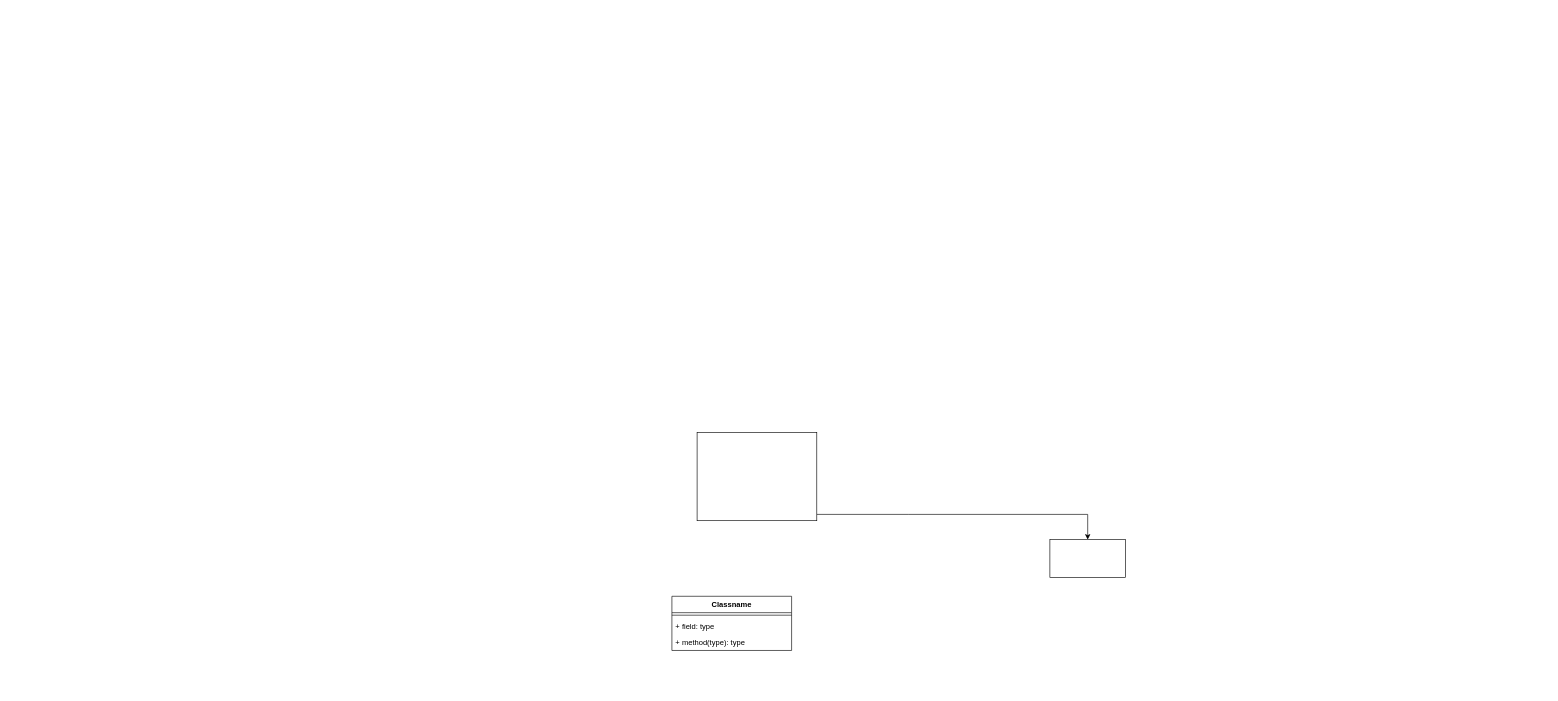
This is Diagramme_UML_principal.drawio from ArnaudSaison/Projet-INFOH2001-19_20-Tower-Defense, a draw.io file, before an edit. Source tidied: cells renumbered, new cells numbered last; positions are measured from the earlier drawing's top-left corner, leaving out a move shared by most shapes. Both pictures are drawn from the tidied source at 63%, with x=0, y=0 at pixel (672, 432).
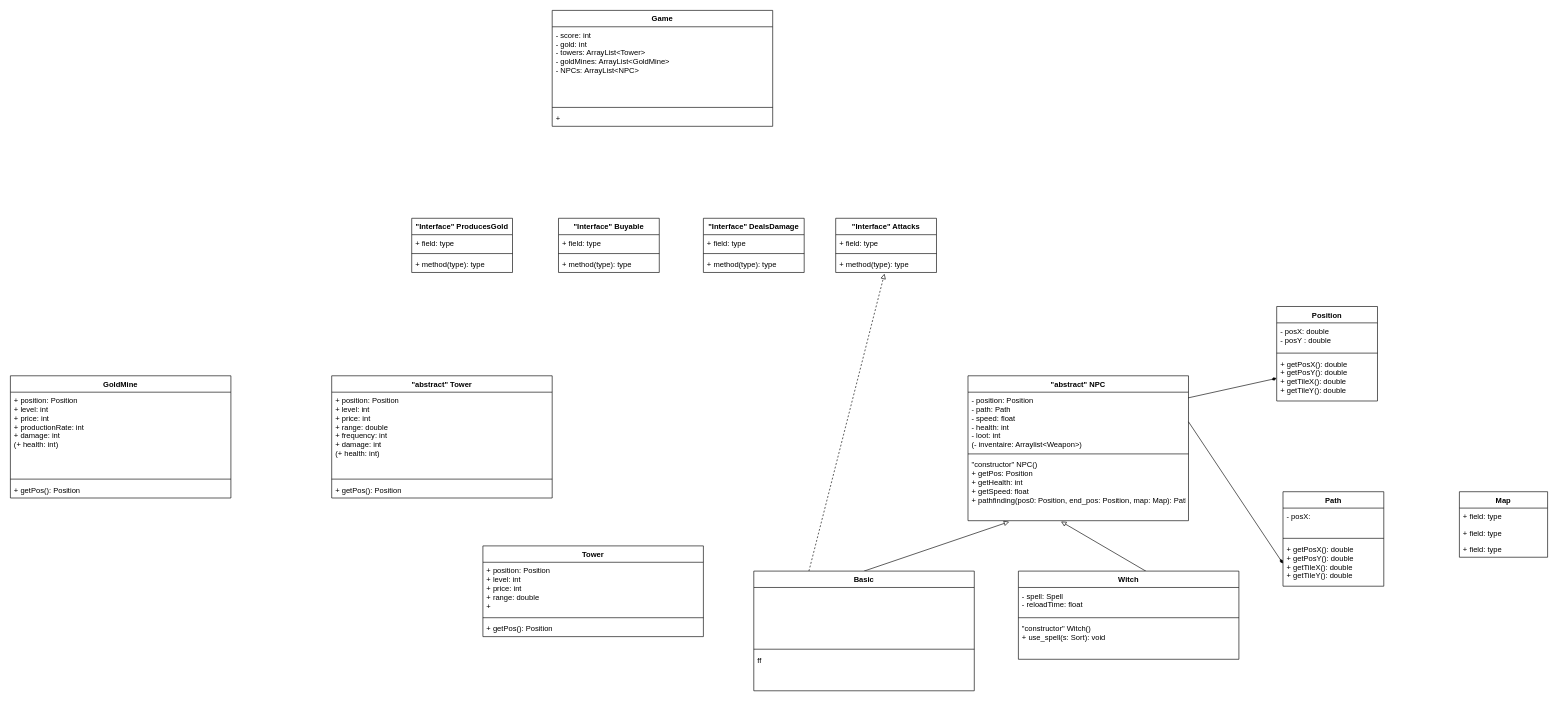
The same diagram, later.

What changed in the source:
```diff
@@
-    <mxCell id="2" style="edgeStyle=orthogonalEdgeStyle;rounded=0;jettySize=auto;html=1;" parent="1" edge="1" source="3" target="4">
-      <mxGeometry relative="1" as="geometry">
-        <Array as="points">
-          <mxPoint x="375" y="130" />
-          <mxPoint x="660" y="130" />
-        </Array>
-      </mxGeometry>
-    </mxCell>
-    <mxCell id="3" style="rounded=0;whiteSpace=wrap;html=1;" parent="1" vertex="1">
-      <mxGeometry x="40" width="190" height="140" as="geometry" />
-    </mxCell>
-    <mxCell id="4" style="rounded=0;whiteSpace=wrap;html=1;" parent="1" vertex="1">
-      <mxGeometry x="600" y="170" width="120" height="60" as="geometry" />
-    </mxCell>
-    <mxCell id="5" value="Classname" style="swimlane;fontStyle=1;align=center;verticalAlign=top;horizontal=1;startSize=26;" parent="1" vertex="1">
-      <mxGeometry y="260" width="190" height="86" as="geometry" />
-    </mxCell>
-    <mxCell id="6" style="line;strokeWidth=1;fillColor=none;align=left;verticalAlign=middle;spacingTop=-1;spacingLeft=3;spacingRight=3;labelPosition=right;" parent="5" vertex="1">
-      <mxGeometry y="26" width="190" height="8" as="geometry" />
-    </mxCell>
-    <mxCell id="7" value="+ field: type" style="text;strokeColor=none;fillColor=none;align=left;verticalAlign=top;spacingLeft=4;spacingRight=4;overflow=hidden;" parent="5" vertex="1">
-      <mxGeometry y="34" width="190" height="26" as="geometry" />
-    </mxCell>
-    <mxCell id="8" value="+ method(type): type" style="text;strokeColor=none;fillColor=none;align=left;verticalAlign=top;spacingLeft=4;spacingRight=4;overflow=hidden;" parent="5" vertex="1">
-      <mxGeometry y="60" width="190" height="26" as="geometry" />
-    </mxCell>
+    <mxCell id="9" style="endArrow=diamondThin;html=1;entryX=0;entryY=0.5;entryDx=0;entryDy=0;exitX=0.999;exitY=0.096;exitDx=0;exitDy=0;exitPerimeter=0;endFill=1;" parent="1" edge="1" source="16" target="28">
+      <mxGeometry relative="1" as="geometry" />
+    </mxCell>
+    <mxCell id="10" value="Path" style="swimlane;fontStyle=1;align=center;verticalAlign=top;horizontal=1;startSize=26;" parent="1" vertex="1">
+      <mxGeometry x="970" y="94" width="160" height="150" as="geometry" />
+    </mxCell>
+    <mxCell id="11" value="- posX: " style="text;strokeColor=none;fillColor=none;align=left;verticalAlign=top;spacingLeft=4;spacingRight=4;overflow=hidden;" parent="10" vertex="1">
+      <mxGeometry y="26" width="160" height="44" as="geometry" />
+    </mxCell>
+    <mxCell id="12" style="line;strokeWidth=1;fillColor=none;align=left;verticalAlign=middle;spacingTop=-1;spacingLeft=3;spacingRight=3;labelPosition=right;" parent="10" vertex="1">
+      <mxGeometry y="70" width="160" height="8" as="geometry" />
+    </mxCell>
+    <mxCell id="13" value="+ getPosX(): double&#10;+ getPosY(): double&#10;+ getTileX(): double&#10;+ getTileY(): double" style="text;strokeColor=none;fillColor=none;align=left;verticalAlign=top;spacingLeft=4;spacingRight=4;overflow=hidden;points=[[0,0.5],[1,0.5]];portConstraint=eastwest;" parent="10" vertex="1">
+      <mxGeometry y="78" width="160" height="72" as="geometry" />
+    </mxCell>
+    <mxCell id="14" style="edgeStyle=none;rounded=0;jettySize=auto;html=1;exitX=1;exitY=0.5;exitDx=0;exitDy=0;entryX=0;entryY=0.5;entryDx=0;entryDy=0;endArrow=diamondThin;endFill=1;" parent="1" edge="1" source="16" target="13">
+      <mxGeometry relative="1" as="geometry" />
+    </mxCell>
+    <mxCell id="15" value="&quot;abstract&quot; NPC" style="swimlane;fontStyle=1;align=center;verticalAlign=top;horizontal=1;startSize=26;" parent="1" vertex="1">
+      <mxGeometry x="470" y="-90" width="350" height="230" as="geometry" />
+    </mxCell>
+    <mxCell id="16" value="- position: Position&#10;- path: Path&#10;- speed: float&#10;- health: int&#10;- loot: int&#10;(- inventaire: Arraylist&lt;Weapon&gt;)&#10;" style="text;strokeColor=none;fillColor=none;align=left;verticalAlign=top;spacingLeft=4;spacingRight=4;overflow=hidden;points=[[0,0.5],[1,0.5]];portConstraint=eastwest;" parent="15" vertex="1">
+      <mxGeometry y="26" width="350" height="94" as="geometry" />
+    </mxCell>
+    <mxCell id="17" style="line;strokeWidth=1;fillColor=none;align=left;verticalAlign=middle;spacingTop=-1;spacingLeft=3;spacingRight=3;labelPosition=right;" parent="15" vertex="1">
+      <mxGeometry y="120" width="350" height="8" as="geometry" />
+    </mxCell>
+    <mxCell id="18" value="&quot;constructor&quot; NPC()&#10;+ getPos: Position&#10;+ getHealth: int&#10;+ getSpeed: float&#10;+ pathfinding(pos0: Position, end_pos: Position, map: Map): Path" style="text;strokeColor=none;fillColor=none;align=left;verticalAlign=top;spacingLeft=4;spacingRight=4;overflow=hidden;points=[[0,0.5],[1,0.5]];portConstraint=eastwest;" parent="15" vertex="1">
+      <mxGeometry y="128" width="350" height="102" as="geometry" />
+    </mxCell>
+    <mxCell id="19" style="endArrow=block;html=1;exitX=0.5;exitY=0;exitDx=0;exitDy=0;entryX=0.187;entryY=1.016;entryDx=0;entryDy=0;entryPerimeter=0;endFill=0;" parent="1" edge="1" source="46" target="18">
+      <mxGeometry relative="1" as="geometry" />
+    </mxCell>
+    <mxCell id="20" style="endArrow=block;html=1;exitX=0.579;exitY=0.002;exitDx=0;exitDy=0;entryX=0.422;entryY=1.013;entryDx=0;entryDy=0;entryPerimeter=0;exitPerimeter=0;endFill=0;" parent="1" edge="1" source="21" target="18">
+      <mxGeometry relative="1" as="geometry" />
+    </mxCell>
+    <mxCell id="21" value="Witch" style="swimlane;fontStyle=1;align=center;verticalAlign=top;horizontal=1;startSize=26;" parent="1" vertex="1">
+      <mxGeometry x="550" y="220" width="350" height="140" as="geometry" />
+    </mxCell>
+    <mxCell id="22" value="- spell: Spell&#10;- reloadTime: float" style="text;strokeColor=none;fillColor=none;align=left;verticalAlign=top;spacingLeft=4;spacingRight=4;overflow=hidden;" parent="21" vertex="1">
+      <mxGeometry y="26" width="350" height="44" as="geometry" />
+    </mxCell>
+    <mxCell id="23" style="line;strokeWidth=1;fillColor=none;align=left;verticalAlign=middle;spacingTop=-1;spacingLeft=3;spacingRight=3;labelPosition=right;" parent="21" vertex="1">
+      <mxGeometry y="70" width="350" height="8" as="geometry" />
+    </mxCell>
+    <mxCell id="24" value="&quot;constructor&quot; Witch()&#10;+ use_spell(s: Sort): void" style="text;strokeColor=none;fillColor=none;align=left;verticalAlign=top;spacingLeft=4;spacingRight=4;overflow=hidden;" parent="21" vertex="1">
+      <mxGeometry y="78" width="350" height="62" as="geometry" />
+    </mxCell>
+    <mxCell id="25" value="Position" style="swimlane;fontStyle=1;align=center;verticalAlign=top;horizontal=1;startSize=26;" parent="1" vertex="1">
+      <mxGeometry x="960" y="-200" width="160" height="150" as="geometry" />
+    </mxCell>
+    <mxCell id="26" value="- posX: double&#10;- posY : double" style="text;strokeColor=none;fillColor=none;align=left;verticalAlign=top;spacingLeft=4;spacingRight=4;overflow=hidden;" parent="25" vertex="1">
+      <mxGeometry y="26" width="160" height="44" as="geometry" />
+    </mxCell>
+    <mxCell id="27" style="line;strokeWidth=1;fillColor=none;align=left;verticalAlign=middle;spacingTop=-1;spacingLeft=3;spacingRight=3;labelPosition=right;" parent="25" vertex="1">
+      <mxGeometry y="70" width="160" height="8" as="geometry" />
+    </mxCell>
+    <mxCell id="28" value="+ getPosX(): double&#10;+ getPosY(): double&#10;+ getTileX(): double&#10;+ getTileY(): double" style="text;strokeColor=none;fillColor=none;align=left;verticalAlign=top;spacingLeft=4;spacingRight=4;overflow=hidden;points=[[0,0.5],[1,0.5]];portConstraint=eastwest;" parent="25" vertex="1">
+      <mxGeometry y="78" width="160" height="72" as="geometry" />
+    </mxCell>
+    <mxCell id="29" value="Map" style="swimlane;fontStyle=1;horizontal=1;startSize=26;fillColor=none;" parent="1" vertex="1">
+      <mxGeometry x="1250" y="94" width="140" height="104" as="geometry" />
+    </mxCell>
+    <mxCell id="30" value="+ field: type" style="text;strokeColor=none;fillColor=none;align=left;verticalAlign=top;spacingLeft=4;spacingRight=4;overflow=hidden;" parent="29" vertex="1">
+      <mxGeometry y="26" width="140" height="26" as="geometry" />
+    </mxCell>
+    <mxCell id="31" value="+ field: type" style="text;strokeColor=none;fillColor=none;align=left;verticalAlign=top;spacingLeft=4;spacingRight=4;overflow=hidden;" parent="29" vertex="1">
+      <mxGeometry y="52" width="140" height="26" as="geometry" />
+    </mxCell>
+    <mxCell id="32" value="+ field: type" style="text;strokeColor=none;fillColor=none;align=left;verticalAlign=top;spacingLeft=4;spacingRight=4;overflow=hidden;" parent="29" vertex="1">
+      <mxGeometry y="78" width="140" height="26" as="geometry" />
+    </mxCell>
+    <mxCell id="33" value="&quot;abstract&quot; Tower" style="swimlane;fontStyle=1;align=center;verticalAlign=top;horizontal=1;startSize=26;" parent="1" vertex="1">
+      <mxGeometry x="-540" y="-90" width="350" height="194" as="geometry" />
+    </mxCell>
+    <mxCell id="34" value="+ position: Position&#10;+ level: int&#10;+ price: int&#10;+ range: double&#10;+ frequency: int&#10;+ damage: int&#10;(+ health: int)" style="text;strokeColor=none;fillColor=none;align=left;verticalAlign=top;spacingLeft=4;spacingRight=4;overflow=hidden;" parent="33" vertex="1">
+      <mxGeometry y="26" width="350" height="134" as="geometry" />
+    </mxCell>
+    <mxCell id="35" style="line;strokeWidth=1;fillColor=none;align=left;verticalAlign=middle;spacingTop=-1;spacingLeft=3;spacingRight=3;labelPosition=right;" parent="33" vertex="1">
+      <mxGeometry y="160" width="350" height="8" as="geometry" />
+    </mxCell>
+    <mxCell id="36" value="+ getPos(): Position" style="text;strokeColor=none;fillColor=none;align=left;verticalAlign=top;spacingLeft=4;spacingRight=4;overflow=hidden;" parent="33" vertex="1">
+      <mxGeometry y="168" width="350" height="26" as="geometry" />
+    </mxCell>
+    <mxCell id="37" value="&quot;Interface&quot; DealsDamage" style="swimlane;fontStyle=1;align=center;verticalAlign=top;horizontal=1;startSize=26;" parent="1" vertex="1">
+      <mxGeometry x="50" y="-340" width="160" height="86" as="geometry" />
+    </mxCell>
+    <mxCell id="38" value="+ field: type" style="text;strokeColor=none;fillColor=none;align=left;verticalAlign=top;spacingLeft=4;spacingRight=4;overflow=hidden;" parent="37" vertex="1">
+      <mxGeometry y="26" width="160" height="26" as="geometry" />
+    </mxCell>
+    <mxCell id="39" style="line;strokeWidth=1;fillColor=none;align=left;verticalAlign=middle;spacingTop=-1;spacingLeft=3;spacingRight=3;labelPosition=right;" parent="37" vertex="1">
+      <mxGeometry y="52" width="160" height="8" as="geometry" />
+    </mxCell>
+    <mxCell id="40" value="+ method(type): type" style="text;strokeColor=none;fillColor=none;align=left;verticalAlign=top;spacingLeft=4;spacingRight=4;overflow=hidden;" parent="37" vertex="1">
+      <mxGeometry y="60" width="160" height="26" as="geometry" />
+    </mxCell>
+    <mxCell id="41" style="endArrow=block;html=1;exitX=0.25;exitY=0;exitDx=0;exitDy=0;entryX=0.484;entryY=1.074;entryDx=0;entryDy=0;entryPerimeter=0;dashed=1;endFill=0;" parent="1" edge="1" source="46" target="45">
+      <mxGeometry relative="1" as="geometry" />
+    </mxCell>
+    <mxCell id="42" value="&quot;Interface&quot; Attacks" style="swimlane;fontStyle=1;align=center;verticalAlign=top;horizontal=1;startSize=26;" parent="1" vertex="1">
+      <mxGeometry x="260" y="-340" width="160" height="86" as="geometry" />
+    </mxCell>
+    <mxCell id="43" value="+ field: type" style="text;strokeColor=none;fillColor=none;align=left;verticalAlign=top;spacingLeft=4;spacingRight=4;overflow=hidden;" parent="42" vertex="1">
+      <mxGeometry y="26" width="160" height="26" as="geometry" />
+    </mxCell>
+    <mxCell id="44" style="line;strokeWidth=1;fillColor=none;align=left;verticalAlign=middle;spacingTop=-1;spacingLeft=3;spacingRight=3;labelPosition=right;" parent="42" vertex="1">
+      <mxGeometry y="52" width="160" height="8" as="geometry" />
+    </mxCell>
+    <mxCell id="45" value="+ method(type): type" style="text;strokeColor=none;fillColor=none;align=left;verticalAlign=top;spacingLeft=4;spacingRight=4;overflow=hidden;points=[[0,0.5],[1,0.5]];portConstraint=eastwest;" parent="42" vertex="1">
+      <mxGeometry y="60" width="160" height="26" as="geometry" />
+    </mxCell>
+    <mxCell id="46" value="Basic" style="swimlane;fontStyle=1;align=center;verticalAlign=top;horizontal=1;startSize=26;" parent="1" vertex="1">
+      <mxGeometry x="130" y="220" width="350" height="190" as="geometry" />
+    </mxCell>
+    <mxCell id="47" value="&#10;" style="text;strokeColor=none;fillColor=none;align=left;verticalAlign=top;spacingLeft=4;spacingRight=4;overflow=hidden;" parent="46" vertex="1">
+      <mxGeometry y="26" width="350" height="94" as="geometry" />
+    </mxCell>
+    <mxCell id="48" style="line;strokeWidth=1;fillColor=none;align=left;verticalAlign=middle;spacingTop=-1;spacingLeft=3;spacingRight=3;labelPosition=right;" parent="46" vertex="1">
+      <mxGeometry y="120" width="350" height="8" as="geometry" />
+    </mxCell>
+    <mxCell id="49" value="ff" style="text;strokeColor=none;fillColor=none;align=left;verticalAlign=top;spacingLeft=4;spacingRight=4;overflow=hidden;" parent="46" vertex="1">
+      <mxGeometry y="128" width="350" height="62" as="geometry" />
+    </mxCell>
+    <mxCell id="50" value="&quot;Interface&quot; Buyable" style="swimlane;fontStyle=1;align=center;verticalAlign=top;horizontal=1;startSize=26;" parent="1" vertex="1">
+      <mxGeometry x="-180" y="-340" width="160" height="86" as="geometry" />
+    </mxCell>
+    <mxCell id="51" value="+ field: type" style="text;strokeColor=none;fillColor=none;align=left;verticalAlign=top;spacingLeft=4;spacingRight=4;overflow=hidden;" parent="50" vertex="1">
+      <mxGeometry y="26" width="160" height="26" as="geometry" />
+    </mxCell>
+    <mxCell id="52" style="line;strokeWidth=1;fillColor=none;align=left;verticalAlign=middle;spacingTop=-1;spacingLeft=3;spacingRight=3;labelPosition=right;" parent="50" vertex="1">
+      <mxGeometry y="52" width="160" height="8" as="geometry" />
+    </mxCell>
+    <mxCell id="53" value="+ method(type): type" style="text;strokeColor=none;fillColor=none;align=left;verticalAlign=top;spacingLeft=4;spacingRight=4;overflow=hidden;" parent="50" vertex="1">
+      <mxGeometry y="60" width="160" height="26" as="geometry" />
+    </mxCell>
+    <mxCell id="54" value="Tower" style="swimlane;fontStyle=1;align=center;verticalAlign=top;horizontal=1;startSize=26;" parent="1" vertex="1">
+      <mxGeometry x="-300" y="180" width="350" height="144" as="geometry" />
+    </mxCell>
+    <mxCell id="55" value="+ position: Position&#10;+ level: int&#10;+ price: int&#10;+ range: double&#10;+ " style="text;strokeColor=none;fillColor=none;align=left;verticalAlign=top;spacingLeft=4;spacingRight=4;overflow=hidden;" parent="54" vertex="1">
+      <mxGeometry y="26" width="350" height="84" as="geometry" />
+    </mxCell>
+    <mxCell id="56" style="line;strokeWidth=1;fillColor=none;align=left;verticalAlign=middle;spacingTop=-1;spacingLeft=3;spacingRight=3;labelPosition=right;" parent="54" vertex="1">
+      <mxGeometry y="110" width="350" height="8" as="geometry" />
+    </mxCell>
+    <mxCell id="57" value="+ getPos(): Position" style="text;strokeColor=none;fillColor=none;align=left;verticalAlign=top;spacingLeft=4;spacingRight=4;overflow=hidden;" parent="54" vertex="1">
+      <mxGeometry y="118" width="350" height="26" as="geometry" />
+    </mxCell>
+    <mxCell id="58" value="GoldMine" style="swimlane;fontStyle=1;align=center;verticalAlign=top;horizontal=1;startSize=26;" parent="1" vertex="1">
+      <mxGeometry x="-1050" y="-90" width="350" height="194" as="geometry" />
+    </mxCell>
+    <mxCell id="59" value="+ position: Position&#10;+ level: int&#10;+ price: int&#10;+ productionRate: int&#10;+ damage: int&#10;(+ health: int)" style="text;strokeColor=none;fillColor=none;align=left;verticalAlign=top;spacingLeft=4;spacingRight=4;overflow=hidden;" parent="58" vertex="1">
+      <mxGeometry y="26" width="350" height="134" as="geometry" />
+    </mxCell>
+    <mxCell id="60" style="line;strokeWidth=1;fillColor=none;align=left;verticalAlign=middle;spacingTop=-1;spacingLeft=3;spacingRight=3;labelPosition=right;" parent="58" vertex="1">
+      <mxGeometry y="160" width="350" height="8" as="geometry" />
+    </mxCell>
+    <mxCell id="61" value="+ getPos(): Position" style="text;strokeColor=none;fillColor=none;align=left;verticalAlign=top;spacingLeft=4;spacingRight=4;overflow=hidden;" parent="58" vertex="1">
+      <mxGeometry y="168" width="350" height="26" as="geometry" />
+    </mxCell>
+    <mxCell id="62" value="&quot;Interface&quot; ProducesGold" style="swimlane;fontStyle=1;align=center;verticalAlign=top;horizontal=1;startSize=26;" parent="1" vertex="1">
+      <mxGeometry x="-413" y="-340" width="160" height="86" as="geometry" />
+    </mxCell>
+    <mxCell id="63" value="+ field: type" style="text;strokeColor=none;fillColor=none;align=left;verticalAlign=top;spacingLeft=4;spacingRight=4;overflow=hidden;" parent="62" vertex="1">
+      <mxGeometry y="26" width="160" height="26" as="geometry" />
+    </mxCell>
+    <mxCell id="64" style="line;strokeWidth=1;fillColor=none;align=left;verticalAlign=middle;spacingTop=-1;spacingLeft=3;spacingRight=3;labelPosition=right;" parent="62" vertex="1">
+      <mxGeometry y="52" width="160" height="8" as="geometry" />
+    </mxCell>
+    <mxCell id="65" value="+ method(type): type" style="text;strokeColor=none;fillColor=none;align=left;verticalAlign=top;spacingLeft=4;spacingRight=4;overflow=hidden;" parent="62" vertex="1">
+      <mxGeometry y="60" width="160" height="26" as="geometry" />
+    </mxCell>
+    <mxCell id="66" value="Game" style="swimlane;fontStyle=1;align=center;verticalAlign=top;horizontal=1;startSize=26;" parent="1" vertex="1">
+      <mxGeometry x="-190" y="-670" width="350" height="184" as="geometry" />
+    </mxCell>
+    <mxCell id="67" value="- score: int&#10;- gold: int&#10;- towers: ArrayList&lt;Tower&gt;&#10;- goldMines: ArrayList&lt;GoldMine&gt;&#10;- NPCs: ArrayList&lt;NPC&gt;" style="text;strokeColor=none;fillColor=none;align=left;verticalAlign=top;spacingLeft=4;spacingRight=4;overflow=hidden;" parent="66" vertex="1">
+      <mxGeometry y="26" width="350" height="124" as="geometry" />
+    </mxCell>
+    <mxCell id="68" style="line;strokeWidth=1;fillColor=none;align=left;verticalAlign=middle;spacingTop=-1;spacingLeft=3;spacingRight=3;labelPosition=right;" parent="66" vertex="1">
+      <mxGeometry y="150" width="350" height="8" as="geometry" />
+    </mxCell>
+    <mxCell id="69" value="+ " style="text;strokeColor=none;fillColor=none;align=left;verticalAlign=top;spacingLeft=4;spacingRight=4;overflow=hidden;" parent="66" vertex="1">
+      <mxGeometry y="158" width="350" height="26" as="geometry" />
+    </mxCell>
```
